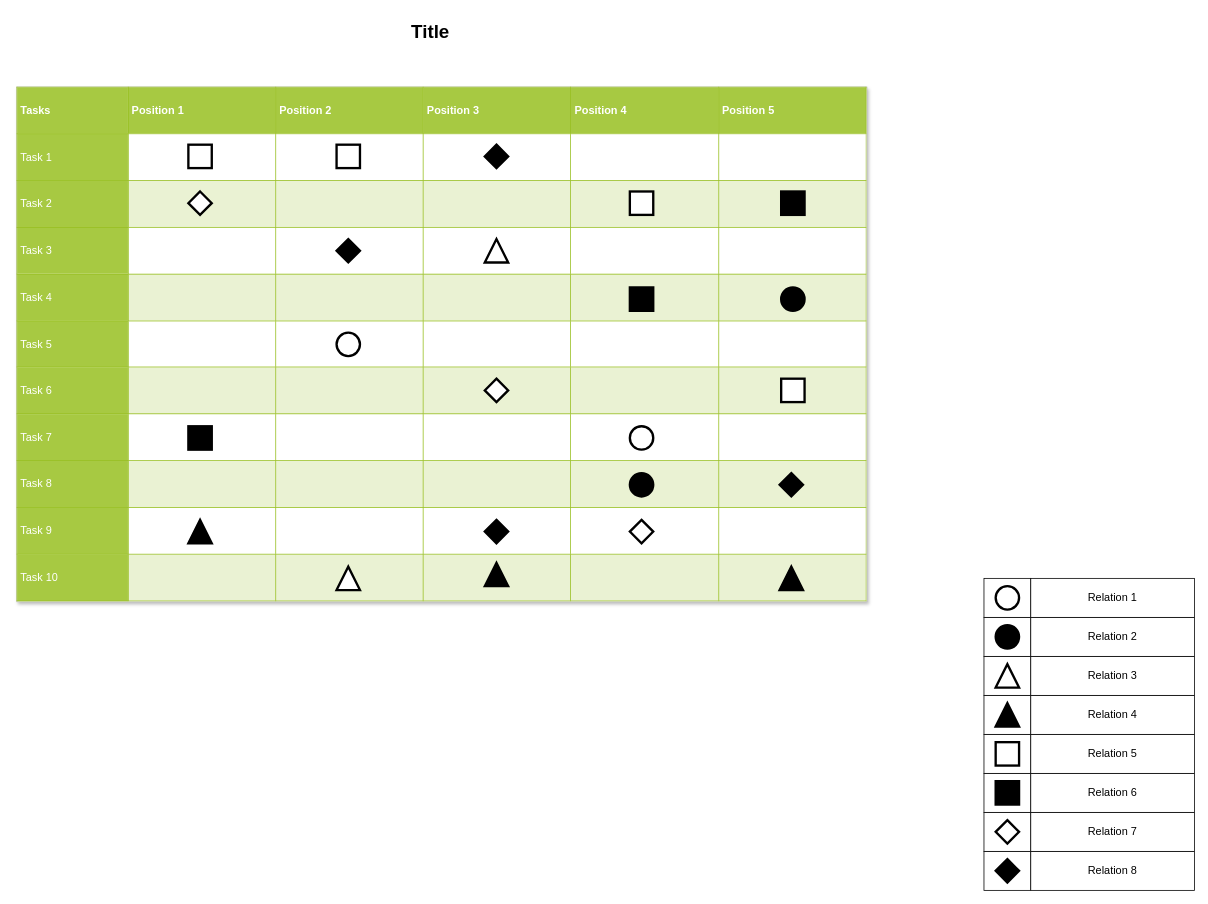
iamulya/drawio-diagrams keeps this draw.io diagram as cidr-min-max.drawio. Above is the earlier version. Source tidied: cells renumbered, new cells numbered last; positions are measured from the earlier drawing's top-left corner, leaving out a move shared by most shapes. Both pictures are drawn from the tidied source at 78%, with x=0, y=0 at pixel (16, 16).
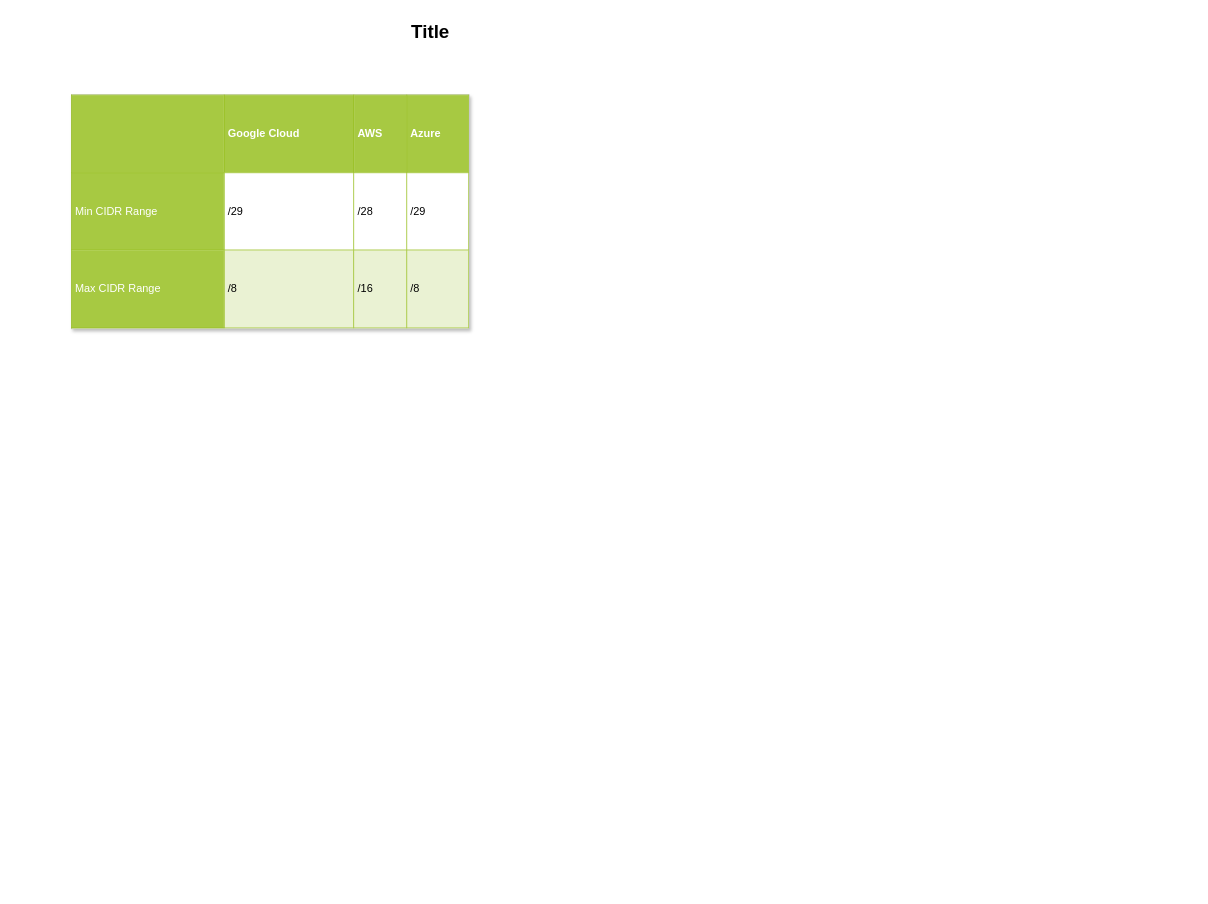
The same page after the edit.

The edit, as a diff of the source:
```diff
@@
-    <mxCell id="2" style="whiteSpace=wrap;html=1;rounded=0;shadow=0;strokeWidth=1;fontSize=14;" parent="1" vertex="1">
-      <mxGeometry x="1240" y="1070" width="60" height="50" as="geometry" />
-    </mxCell>
-    <mxCell id="3" value="Relation 8" style="whiteSpace=wrap;html=1;rounded=0;shadow=0;strokeWidth=1;fontSize=14;" parent="1" vertex="1">
-      <mxGeometry x="1300" y="1070" width="210" height="50" as="geometry" />
-    </mxCell>
-    <mxCell id="4" style="rhombus;whiteSpace=wrap;html=1;rounded=0;shadow=0;strokeWidth=3;fillColor=#000000;fontSize=14;" parent="1" vertex="1">
-      <mxGeometry x="1255" y="1080" width="30" height="30" as="geometry" />
-    </mxCell>
-    <mxCell id="5" style="whiteSpace=wrap;html=1;rounded=0;shadow=0;strokeWidth=1;fontSize=14;" parent="1" vertex="1">
-      <mxGeometry x="1240" y="1020" width="60" height="50" as="geometry" />
-    </mxCell>
-    <mxCell id="6" value="Relation 7" style="whiteSpace=wrap;html=1;rounded=0;shadow=0;strokeWidth=1;fontSize=14;" parent="1" vertex="1">
-      <mxGeometry x="1300" y="1020" width="210" height="50" as="geometry" />
-    </mxCell>
-    <mxCell id="7" style="whiteSpace=wrap;html=1;rounded=0;shadow=0;strokeWidth=1;fontSize=14;" parent="1" vertex="1">
-      <mxGeometry x="1240" y="970" width="60" height="50" as="geometry" />
-    </mxCell>
-    <mxCell id="8" value="Relation 6" style="whiteSpace=wrap;html=1;rounded=0;shadow=0;strokeWidth=1;fontSize=14;" parent="1" vertex="1">
-      <mxGeometry x="1300" y="970" width="210" height="50" as="geometry" />
-    </mxCell>
-    <mxCell id="9" style="whiteSpace=wrap;html=1;rounded=0;shadow=0;strokeWidth=1;fontSize=14;" parent="1" vertex="1">
-      <mxGeometry x="1240" y="920" width="60" height="50" as="geometry" />
-    </mxCell>
-    <mxCell id="10" value="Relation 5" style="whiteSpace=wrap;html=1;rounded=0;shadow=0;strokeWidth=1;fontSize=14;" parent="1" vertex="1">
-      <mxGeometry x="1300" y="920" width="210" height="50" as="geometry" />
-    </mxCell>
-    <mxCell id="11" style="whiteSpace=wrap;html=1;rounded=0;shadow=0;strokeWidth=1;fontSize=14;" parent="1" vertex="1">
-      <mxGeometry x="1240" y="870" width="60" height="50" as="geometry" />
-    </mxCell>
-    <mxCell id="12" value="Relation 4" style="whiteSpace=wrap;html=1;rounded=0;shadow=0;strokeWidth=1;fontSize=14;" parent="1" vertex="1">
-      <mxGeometry x="1300" y="870" width="210" height="50" as="geometry" />
-    </mxCell>
-    <mxCell id="13" style="whiteSpace=wrap;html=1;rounded=0;shadow=0;strokeWidth=1;fontSize=14;" parent="1" vertex="1">
-      <mxGeometry x="1240" y="820" width="60" height="50" as="geometry" />
-    </mxCell>
-    <mxCell id="14" value="Relation 3" style="whiteSpace=wrap;html=1;rounded=0;shadow=0;strokeWidth=1;fontSize=14;" parent="1" vertex="1">
-      <mxGeometry x="1300" y="820" width="210" height="50" as="geometry" />
-    </mxCell>
-    <mxCell id="15" style="whiteSpace=wrap;html=1;rounded=0;shadow=0;strokeWidth=1;fontSize=14;" parent="1" vertex="1">
-      <mxGeometry x="1240" y="770" width="60" height="50" as="geometry" />
-    </mxCell>
-    <mxCell id="16" value="Relation 2" style="whiteSpace=wrap;html=1;rounded=0;shadow=0;strokeWidth=1;fontSize=14;" parent="1" vertex="1">
-      <mxGeometry x="1300" y="770" width="210" height="50" as="geometry" />
-    </mxCell>
-    <mxCell id="17" style="whiteSpace=wrap;html=1;rounded=0;shadow=0;strokeWidth=1;fontSize=14;" parent="1" vertex="1">
-      <mxGeometry x="1240" y="720" width="60" height="50" as="geometry" />
-    </mxCell>
-    <mxCell id="18" value="Relation 1" style="whiteSpace=wrap;html=1;rounded=0;shadow=0;strokeWidth=1;fontSize=14;" parent="1" vertex="1">
-      <mxGeometry x="1300" y="720" width="210" height="50" as="geometry" />
-    </mxCell>
-    <mxCell id="19" value="&lt;table border=&quot;1&quot; width=&quot;100%&quot; cellpadding=&quot;4&quot; style=&quot;width: 100% ; height: 100% ; border-collapse: collapse&quot;&gt;&lt;tbody&gt;&lt;tr style=&quot;background-color: #a7c942 ; color: #ffffff ; border: 1px solid #98bf21&quot;&gt;&lt;th&gt;Tasks&lt;/th&gt;&lt;th&gt;Position 1&lt;/th&gt;&lt;th&gt;Position 2&lt;/th&gt;&lt;th&gt;Position 3&lt;/th&gt;&lt;th&gt;Position 4&lt;/th&gt;&lt;th&gt;Position 5&lt;/th&gt;&lt;/tr&gt;&lt;tr style=&quot;border: 1px solid #98bf21&quot;&gt;&lt;td style=&quot;background-color: #a7c942 ; color: #ffffff ; border: 1px solid #98bf21&quot;&gt;Task 1&lt;/td&gt;&lt;td&gt;&lt;/td&gt;&lt;td&gt;&lt;/td&gt;&lt;td&gt;&lt;br&gt;&lt;/td&gt;&lt;td&gt;&lt;br&gt;&lt;/td&gt;&lt;td&gt;&lt;br&gt;&lt;/td&gt;&lt;/tr&gt;&lt;tr style=&quot;background-color: #eaf2d3 ; border: 1px solid #98bf21&quot;&gt;&lt;td style=&quot;background-color: #a7c942 ; color: #ffffff ; border: 1px solid #98bf21&quot;&gt;Task 2&lt;/td&gt;&lt;td&gt;&lt;/td&gt;&lt;td&gt;&lt;/td&gt;&lt;td&gt;&lt;br&gt;&lt;/td&gt;&lt;td&gt;&lt;br&gt;&lt;/td&gt;&lt;td&gt;&lt;br&gt;&lt;/td&gt;&lt;/tr&gt;&lt;tr style=&quot;border: 1px solid #98bf21&quot;&gt;&lt;td style=&quot;background-color: #a7c942 ; color: #ffffff ; border: 1px solid #98bf21&quot;&gt;Task 3&lt;/td&gt;&lt;td&gt;&lt;/td&gt;&lt;td&gt;&lt;/td&gt;&lt;td&gt;&lt;br&gt;&lt;/td&gt;&lt;td&gt;&lt;br&gt;&lt;/td&gt;&lt;td&gt;&lt;br&gt;&lt;/td&gt;&lt;/tr&gt;&lt;tr style=&quot;background-color: #eaf2d3 ; border: 1px solid #98bf21&quot;&gt;&lt;td style=&quot;background-color: #a7c942 ; color: #ffffff ; border: 1px solid #98bf21&quot;&gt;Task 4&lt;/td&gt;&lt;td&gt;&lt;/td&gt;&lt;td&gt;&lt;/td&gt;&lt;td&gt;&lt;br&gt;&lt;/td&gt;&lt;td&gt;&lt;br&gt;&lt;/td&gt;&lt;td&gt;&lt;br&gt;&lt;/td&gt;&lt;/tr&gt;&lt;tr style=&quot;border: 1px solid #98bf21&quot;&gt;&lt;td style=&quot;background-color: #a7c942 ; color: #ffffff ; border: 1px solid #98bf21&quot;&gt;Task 5&lt;br&gt;&lt;/td&gt;&lt;td&gt;&lt;br&gt;&lt;/td&gt;&lt;td&gt;&lt;br&gt;&lt;/td&gt;&lt;td&gt;&lt;br&gt;&lt;/td&gt;&lt;td&gt;&lt;br&gt;&lt;/td&gt;&lt;td&gt;&lt;br&gt;&lt;/td&gt;&lt;/tr&gt;&lt;tr style=&quot;background-color: #eaf2d3 ; border: 1px solid #98bf21&quot;&gt;&lt;td style=&quot;background-color: #a7c942 ; color: #ffffff ; border: 1px solid #98bf21&quot;&gt;Task 6&lt;br&gt;&lt;/td&gt;&lt;td&gt;&lt;br&gt;&lt;/td&gt;&lt;td&gt;&lt;br&gt;&lt;/td&gt;&lt;td&gt;&lt;br&gt;&lt;/td&gt;&lt;td&gt;&lt;br&gt;&lt;/td&gt;&lt;td&gt;&lt;br&gt;&lt;/td&gt;&lt;/tr&gt;&lt;tr style=&quot;border: 1px solid #98bf21&quot;&gt;&lt;td style=&quot;background-color: #a7c942 ; color: #ffffff ; border: 1px solid #98bf21&quot;&gt;Task 7&lt;br&gt;&lt;/td&gt;&lt;td&gt;&lt;br&gt;&lt;/td&gt;&lt;td&gt;&lt;br&gt;&lt;/td&gt;&lt;td&gt;&lt;br&gt;&lt;/td&gt;&lt;td&gt;&lt;br&gt;&lt;/td&gt;&lt;td&gt;&lt;br&gt;&lt;/td&gt;&lt;/tr&gt;&lt;tr style=&quot;background-color: #eaf2d3 ; border: 1px solid #98bf21&quot;&gt;&lt;td style=&quot;background-color: #a7c942 ; color: #ffffff ; border: 1px solid #98bf21&quot;&gt;Task 8&lt;br&gt;&lt;/td&gt;&lt;td&gt;&lt;br&gt;&lt;/td&gt;&lt;td&gt;&lt;br&gt;&lt;/td&gt;&lt;td&gt;&lt;br&gt;&lt;/td&gt;&lt;td&gt;&lt;br&gt;&lt;/td&gt;&lt;td&gt;&lt;br&gt;&lt;/td&gt;&lt;/tr&gt;&lt;tr style=&quot;border: 1px solid #98bf21&quot;&gt;&lt;td style=&quot;background-color: #a7c942 ; color: #ffffff ; border: 1px solid #98bf21&quot;&gt;Task 9&lt;br&gt;&lt;/td&gt;&lt;td&gt;&lt;br&gt;&lt;/td&gt;&lt;td&gt;&lt;br&gt;&lt;/td&gt;&lt;td&gt;&lt;br&gt;&lt;/td&gt;&lt;td&gt;&lt;br&gt;&lt;/td&gt;&lt;td&gt;&lt;br&gt;&lt;/td&gt;&lt;/tr&gt;&lt;tr style=&quot;background-color: #eaf2d3 ; border: 1px solid #98bf21&quot;&gt;&lt;td style=&quot;background-color: #a7c942 ; color: #ffffff ; border: 1px solid #98bf21&quot;&gt;Task 10&lt;br&gt;&lt;/td&gt;&lt;td&gt;&lt;br&gt;&lt;/td&gt;&lt;td&gt;&lt;br&gt;&lt;/td&gt;&lt;td&gt;&lt;br&gt;&lt;/td&gt;&lt;td&gt;&lt;br&gt;&lt;/td&gt;&lt;td&gt;&lt;br&gt;&lt;/td&gt;&lt;/tr&gt;&lt;/tbody&gt;&lt;/table&gt;" style="text;html=1;strokeColor=#c0c0c0;fillColor=#ffffff;overflow=fill;rounded=0;shadow=1;fontSize=14;fontColor=#000000;" parent="1" vertex="1">
-      <mxGeometry y="90" width="1090" height="660" as="geometry" />
+    <mxCell id="19" value="&lt;table border=&quot;1&quot; width=&quot;100%&quot; cellpadding=&quot;4&quot; style=&quot;width: 100% ; height: 100% ; border-collapse: collapse&quot;&gt;&lt;tbody&gt;&lt;tr style=&quot;background-color: #a7c942 ; color: #ffffff ; border: 1px solid #98bf21&quot;&gt;&lt;th&gt;&lt;/th&gt;&lt;th&gt;Google Cloud&lt;/th&gt;&lt;th&gt;AWS&lt;/th&gt;&lt;th&gt;Azure&lt;/th&gt;&lt;/tr&gt;&lt;tr style=&quot;border: 1px solid #98bf21&quot;&gt;&lt;td style=&quot;background-color: #a7c942 ; color: #ffffff ; border: 1px solid #98bf21&quot;&gt;Min CIDR Range&lt;/td&gt;&lt;td&gt;/29&lt;/td&gt;&lt;td&gt;/28&lt;/td&gt;&lt;td&gt;/29&lt;/td&gt;&lt;/tr&gt;&lt;tr style=&quot;background-color: #eaf2d3 ; border: 1px solid #98bf21&quot;&gt;&lt;td style=&quot;background-color: #a7c942 ; color: #ffffff ; border: 1px solid #98bf21&quot;&gt;Max CIDR Range&lt;/td&gt;&lt;td&gt;/8&lt;/td&gt;&lt;td&gt;/16&lt;/td&gt;&lt;td&gt;/8&lt;/td&gt;&lt;/tr&gt;&lt;/tbody&gt;&lt;/table&gt;" style="text;html=1;strokeColor=#c0c0c0;fillColor=#ffffff;overflow=fill;rounded=0;shadow=1;fontSize=14;fontColor=#000000;" parent="1" vertex="1">
+      <mxGeometry x="70" y="100" width="510" height="300" as="geometry" />
     </mxCell>
@@
-    <mxCell id="21" style="ellipse;whiteSpace=wrap;html=1;rounded=0;shadow=0;strokeWidth=3;fontSize=14;" parent="1" vertex="1">
-      <mxGeometry x="1255" y="730" width="30" height="30" as="geometry" />
-    </mxCell>
-    <mxCell id="22" style="ellipse;whiteSpace=wrap;html=1;rounded=0;shadow=0;strokeWidth=3;fontSize=14;fillColor=#000000;" parent="1" vertex="1">
-      <mxGeometry x="1255" y="780" width="30" height="30" as="geometry" />
-    </mxCell>
-    <mxCell id="23" style="triangle;whiteSpace=wrap;html=1;rounded=0;shadow=0;strokeWidth=3;fillColor=#000000;fontSize=14;direction=north;" parent="1" vertex="1">
-      <mxGeometry x="1255" y="880" width="30" height="30" as="geometry" />
-    </mxCell>
-    <mxCell id="24" style="triangle;whiteSpace=wrap;html=1;rounded=0;shadow=0;strokeWidth=3;fontSize=14;direction=north;" parent="1" vertex="1">
-      <mxGeometry x="1255" y="830" width="30" height="30" as="geometry" />
-    </mxCell>
-    <mxCell id="25" style="whiteSpace=wrap;html=1;rounded=0;shadow=0;strokeWidth=3;fontSize=14;" parent="1" vertex="1">
-      <mxGeometry x="1255" y="930" width="30" height="30" as="geometry" />
-    </mxCell>
-    <mxCell id="26" style="whiteSpace=wrap;html=1;rounded=0;shadow=0;strokeWidth=3;fillColor=#000000;fontSize=14;" parent="1" vertex="1">
-      <mxGeometry x="1255" y="980" width="30" height="30" as="geometry" />
-    </mxCell>
-    <mxCell id="27" style="rhombus;whiteSpace=wrap;html=1;rounded=0;shadow=0;strokeWidth=3;fontSize=14;" parent="1" vertex="1">
-      <mxGeometry x="1255" y="1030" width="30" height="30" as="geometry" />
-    </mxCell>
-    <mxCell id="28" style="ellipse;whiteSpace=wrap;html=1;rounded=0;shadow=0;strokeWidth=3;fontSize=14;" parent="1" vertex="1">
-      <mxGeometry x="786" y="525" width="30" height="30" as="geometry" />
-    </mxCell>
-    <mxCell id="29" style="ellipse;whiteSpace=wrap;html=1;rounded=0;shadow=0;strokeWidth=3;fontSize=14;" parent="1" vertex="1">
-      <mxGeometry x="410" y="405" width="30" height="30" as="geometry" />
-    </mxCell>
-    <mxCell id="30" style="ellipse;whiteSpace=wrap;html=1;rounded=0;shadow=0;strokeWidth=3;fontSize=14;fillColor=#000000;" parent="1" vertex="1">
-      <mxGeometry x="980" y="347" width="30" height="30" as="geometry" />
-    </mxCell>
-    <mxCell id="31" style="ellipse;whiteSpace=wrap;html=1;rounded=0;shadow=0;strokeWidth=3;fontSize=14;fillColor=#000000;" parent="1" vertex="1">
-      <mxGeometry x="786" y="585" width="30" height="30" as="geometry" />
-    </mxCell>
-    <mxCell id="32" style="triangle;whiteSpace=wrap;html=1;rounded=0;shadow=0;strokeWidth=3;fontSize=14;direction=north;" parent="1" vertex="1">
-      <mxGeometry x="410" y="705" width="30" height="30" as="geometry" />
-    </mxCell>
-    <mxCell id="33" style="triangle;whiteSpace=wrap;html=1;rounded=0;shadow=0;strokeWidth=3;fontSize=14;direction=north;" parent="1" vertex="1">
-      <mxGeometry x="600" y="285" width="30" height="30" as="geometry" />
-    </mxCell>
-    <mxCell id="34" style="triangle;whiteSpace=wrap;html=1;rounded=0;shadow=0;strokeWidth=3;fillColor=#000000;fontSize=14;direction=north;" parent="1" vertex="1">
-      <mxGeometry x="978" y="705" width="30" height="30" as="geometry" />
-    </mxCell>
-    <mxCell id="35" style="triangle;whiteSpace=wrap;html=1;rounded=0;shadow=0;strokeWidth=3;fillColor=#000000;fontSize=14;direction=north;" parent="1" vertex="1">
-      <mxGeometry x="600" y="700" width="30" height="30" as="geometry" />
-    </mxCell>
-    <mxCell id="36" style="triangle;whiteSpace=wrap;html=1;rounded=0;shadow=0;strokeWidth=3;fillColor=#000000;fontSize=14;direction=north;" parent="1" vertex="1">
-      <mxGeometry x="220" y="645" width="30" height="30" as="geometry" />
-    </mxCell>
-    <mxCell id="37" style="whiteSpace=wrap;html=1;rounded=0;shadow=0;strokeWidth=3;fontSize=14;" parent="1" vertex="1">
-      <mxGeometry x="220" y="164" width="30" height="30" as="geometry" />
-    </mxCell>
-    <mxCell id="38" style="whiteSpace=wrap;html=1;rounded=0;shadow=0;strokeWidth=3;fontSize=14;" parent="1" vertex="1">
-      <mxGeometry x="410" y="164" width="30" height="30" as="geometry" />
-    </mxCell>
-    <mxCell id="39" style="whiteSpace=wrap;html=1;rounded=0;shadow=0;strokeWidth=3;fontSize=14;" parent="1" vertex="1">
-      <mxGeometry x="786" y="224" width="30" height="30" as="geometry" />
-    </mxCell>
-    <mxCell id="40" style="whiteSpace=wrap;html=1;rounded=0;shadow=0;strokeWidth=3;fillColor=#ffffff;fontSize=14;" parent="1" vertex="1">
-      <mxGeometry x="980" y="464" width="30" height="30" as="geometry" />
-    </mxCell>
-    <mxCell id="41" style="whiteSpace=wrap;html=1;rounded=0;shadow=0;strokeWidth=3;fillColor=#000000;fontSize=14;" parent="1" vertex="1">
-      <mxGeometry x="220" y="525" width="30" height="30" as="geometry" />
-    </mxCell>
-    <mxCell id="42" style="whiteSpace=wrap;html=1;rounded=0;shadow=0;strokeWidth=3;fillColor=#000000;fontSize=14;" parent="1" vertex="1">
-      <mxGeometry x="786" y="347" width="30" height="30" as="geometry" />
-    </mxCell>
-    <mxCell id="43" style="whiteSpace=wrap;html=1;rounded=0;shadow=0;strokeWidth=3;fillColor=#000000;fontSize=14;" parent="1" vertex="1">
-      <mxGeometry x="980" y="224" width="30" height="30" as="geometry" />
-    </mxCell>
-    <mxCell id="44" style="rhombus;whiteSpace=wrap;html=1;rounded=0;shadow=0;strokeWidth=3;fontSize=14;" parent="1" vertex="1">
-      <mxGeometry x="600" y="464" width="30" height="30" as="geometry" />
-    </mxCell>
-    <mxCell id="45" style="rhombus;whiteSpace=wrap;html=1;rounded=0;shadow=0;strokeWidth=3;fontSize=14;" parent="1" vertex="1">
-      <mxGeometry x="220" y="224" width="30" height="30" as="geometry" />
-    </mxCell>
-    <mxCell id="46" style="rhombus;whiteSpace=wrap;html=1;rounded=0;shadow=0;strokeWidth=3;fontSize=14;" parent="1" vertex="1">
-      <mxGeometry x="786" y="645" width="30" height="30" as="geometry" />
-    </mxCell>
-    <mxCell id="47" style="rhombus;whiteSpace=wrap;html=1;rounded=0;shadow=0;strokeWidth=3;fillColor=#000000;fontSize=14;" parent="1" vertex="1">
-      <mxGeometry x="978" y="585" width="30" height="30" as="geometry" />
-    </mxCell>
-    <mxCell id="48" style="rhombus;whiteSpace=wrap;html=1;rounded=0;shadow=0;strokeWidth=3;fillColor=#000000;fontSize=14;" parent="1" vertex="1">
-      <mxGeometry x="410" y="285" width="30" height="30" as="geometry" />
-    </mxCell>
-    <mxCell id="49" style="rhombus;whiteSpace=wrap;html=1;rounded=0;shadow=0;strokeWidth=3;fillColor=#000000;fontSize=14;" parent="1" vertex="1">
-      <mxGeometry x="600" y="164" width="30" height="30" as="geometry" />
-    </mxCell>
-    <mxCell id="50" style="rhombus;whiteSpace=wrap;html=1;rounded=0;shadow=0;strokeWidth=3;fillColor=#000000;fontSize=14;" parent="1" vertex="1">
-      <mxGeometry x="600" y="645" width="30" height="30" as="geometry" />
-    </mxCell>
```
